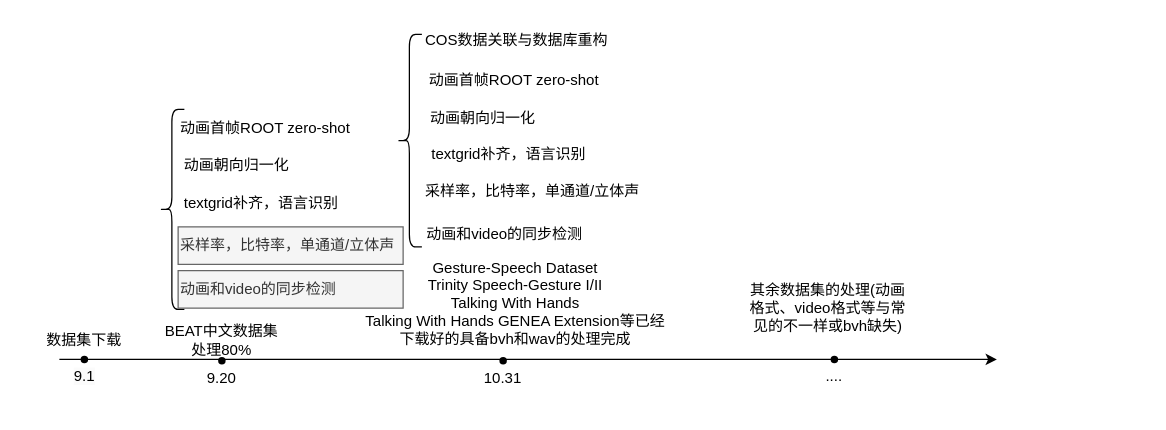
The draw.io diagram cs2g进展.drawio in enzoyes/desginsindraw, before the edit. Source tidied: cells renumbered, new cells numbered last; positions are measured from the earlier drawing's top-left corner, leaving out a move shared by most shapes. Both pictures are drawn from the tidied source at 125%, with x=0, y=0 at pixel (21, 21).
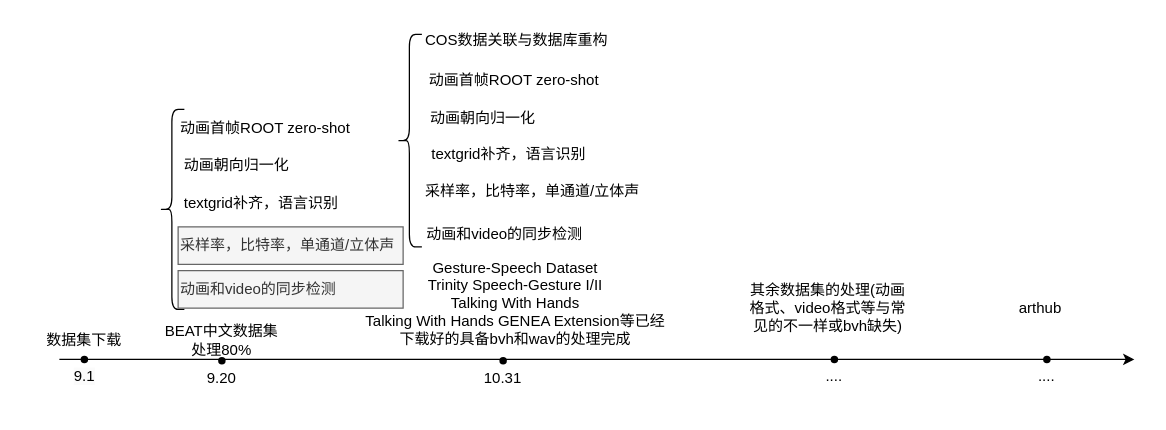
The same diagram, later.

What changed in the source:
```diff
@@
     <mxCell id="2" style="endArrow=classic;html=1;rounded=0;" parent="1" edge="1">
       <mxGeometry relative="1" as="geometry">
         <mxPoint x="30" y="270" as="sourcePoint" />
-        <mxPoint x="780" y="270" as="targetPoint" />
+        <mxPoint x="890" y="270" as="targetPoint" />
       </mxGeometry>
     </mxCell>
@@
+    <mxCell id="28" style="shape=waypoint;sketch=0;fillStyle=solid;size=6;fillColor=none;perimeter=centerPerimeter;" parent="1" vertex="1">
+      <mxGeometry x="810" y="260" width="20" height="20" as="geometry" />
+    </mxCell>
+    <mxCell id="29" value="...." style="text;html=1;strokeColor=none;fillColor=none;align=center;verticalAlign=middle;whiteSpace=wrap;rounded=0;" parent="1" vertex="1">
+      <mxGeometry x="790" y="269" width="60" height="30" as="geometry" />
+    </mxCell>
+    <mxCell id="30" value="arthub" style="text;html=1;strokeColor=none;fillColor=none;align=center;verticalAlign=middle;whiteSpace=wrap;rounded=0;" parent="1" vertex="1">
+      <mxGeometry x="750" y="194" width="130" height="70" as="geometry" />
+    </mxCell>
```
